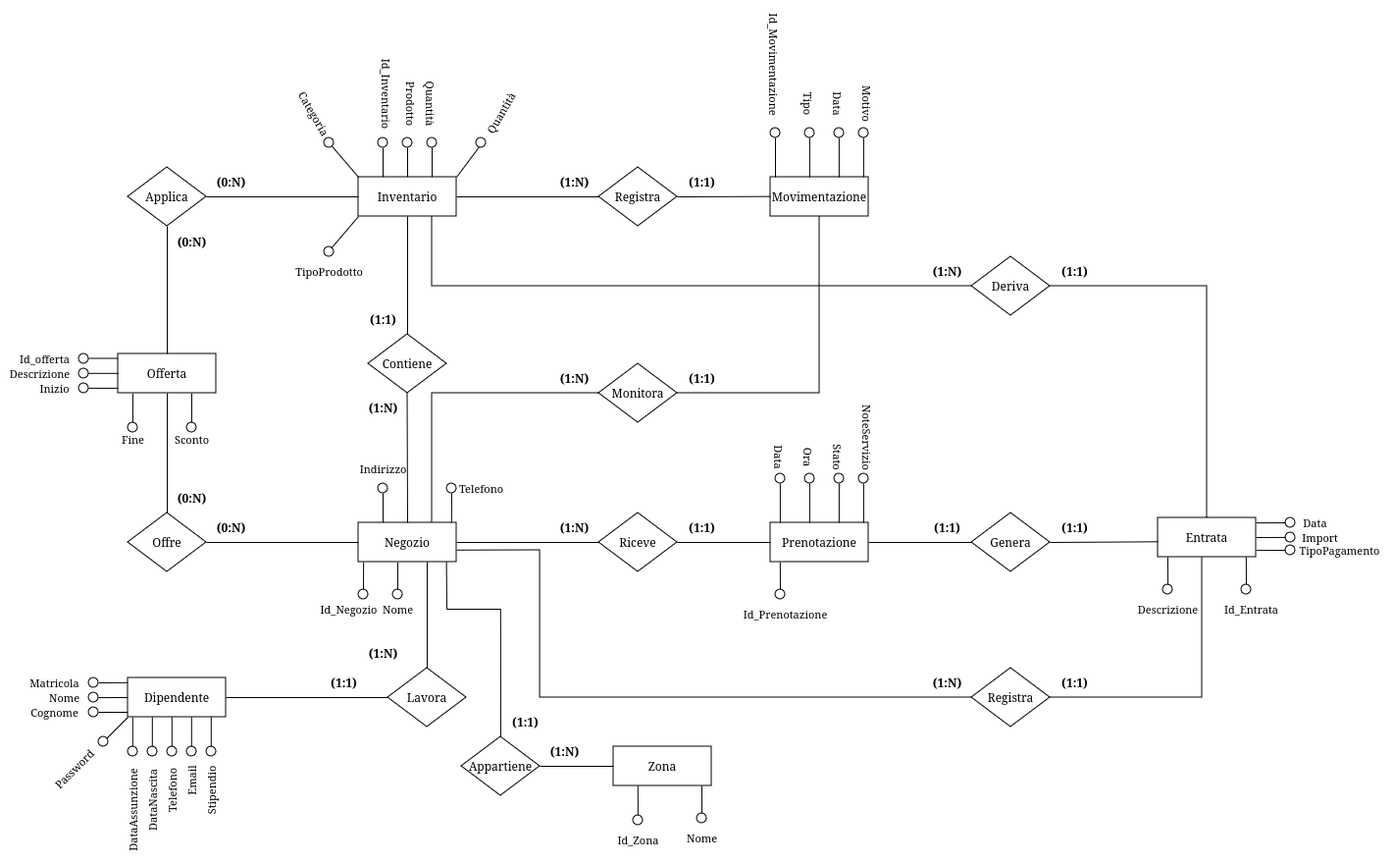
The draw.io diagram fase_due/images/rifinitura_negozio.png in IonutZbir/ProgettoDatabase, before a commit. Source tidied: cells renumbered, new cells last; positions are measured from the earlier drawing's top-left corner, leaving out a move shared by most shapes.
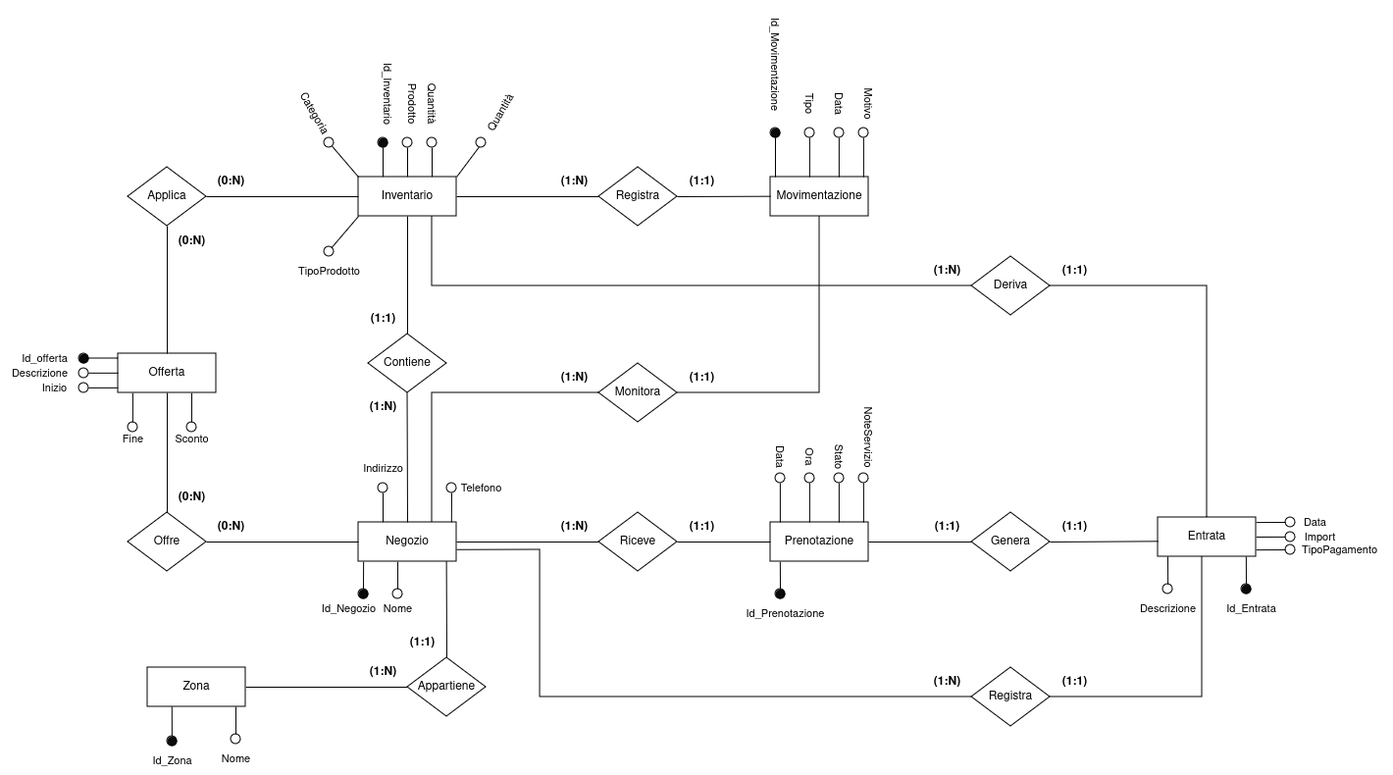
Above is the later version.

Diff of the diagram source:
```diff
@@ -45,31 +45,2 @@
     </mxCell>
-    <mxCell id="11" style="edgeStyle=none;shape=connector;rounded=0;orthogonalLoop=1;jettySize=auto;html=1;exitX=0;exitY=0.25;exitDx=0;exitDy=0;strokeColor=default;align=center;verticalAlign=middle;fontFamily=Helvetica;fontSize=11;fontColor=default;labelBackgroundColor=default;endArrow=none;" parent="1" edge="1">
-      <mxGeometry relative="1" as="geometry">
-        <mxPoint x="130" y="644.8" as="sourcePoint" />
-        <mxPoint x="100" y="645" as="targetPoint" />
-      </mxGeometry>
-    </mxCell>
-    <mxCell id="12" style="edgeStyle=none;shape=connector;rounded=0;jettySize=auto;html=1;exitX=0;exitY=0.5;exitDx=0;exitDy=0;strokeColor=default;align=center;verticalAlign=middle;fontFamily=Helvetica;fontSize=11;fontColor=default;labelBackgroundColor=default;endArrow=none;" parent="1" edge="1" source="16">
-      <mxGeometry relative="1" as="geometry">
-        <mxPoint x="100" y="660.1" as="targetPoint" />
-      </mxGeometry>
-    </mxCell>
-    <mxCell id="13" style="edgeStyle=none;shape=connector;rounded=0;orthogonalLoop=1;jettySize=auto;html=1;exitX=0;exitY=0.75;exitDx=0;exitDy=0;strokeColor=default;align=center;verticalAlign=middle;fontFamily=Helvetica;fontSize=11;fontColor=default;labelBackgroundColor=default;endArrow=none;" parent="1" edge="1">
-      <mxGeometry relative="1" as="geometry">
-        <mxPoint x="130" y="675" as="sourcePoint" />
-        <mxPoint x="100" y="675" as="targetPoint" />
-      </mxGeometry>
-    </mxCell>
-    <mxCell id="14" style="edgeStyle=none;shape=connector;rounded=0;orthogonalLoop=1;jettySize=auto;html=1;exitX=0.25;exitY=1;exitDx=0;exitDy=0;strokeColor=default;align=center;verticalAlign=middle;fontFamily=Helvetica;fontSize=11;fontColor=default;labelBackgroundColor=default;endArrow=none;" parent="1" edge="1">
-      <mxGeometry relative="1" as="geometry">
-        <mxPoint x="134.8" y="680" as="sourcePoint" />
-        <mxPoint x="134.8" y="710" as="targetPoint" />
-      </mxGeometry>
-    </mxCell>
-    <mxCell id="15" style="edgeStyle=none;shape=connector;rounded=0;jettySize=auto;html=1;exitX=0;exitY=1;exitDx=0;exitDy=0;strokeColor=default;align=center;verticalAlign=middle;fontFamily=Helvetica;fontSize=11;fontColor=default;labelBackgroundColor=default;endArrow=none;entryX=0;entryY=0;entryDx=0;entryDy=0;" parent="1" edge="1" source="16" target="90">
-      <mxGeometry relative="1" as="geometry" />
-    </mxCell>
-    <mxCell id="16" value="Dipendente" style="whiteSpace=wrap;html=1;align=center;" parent="1" vertex="1">
-      <mxGeometry x="130" y="640" width="100" height="40" as="geometry" />
-    </mxCell>
     <mxCell id="17" style="edgeStyle=none;shape=connector;rounded=0;orthogonalLoop=1;jettySize=auto;html=1;exitX=0;exitY=0.25;exitDx=0;exitDy=0;strokeColor=default;align=center;verticalAlign=middle;fontFamily=Helvetica;fontSize=11;fontColor=default;labelBackgroundColor=default;endArrow=none;" parent="1" edge="1">
@@ -127,5 +98,2 @@
     </mxCell>
-    <mxCell id="28" value="Lavora" style="shape=rhombus;perimeter=rhombusPerimeter;whiteSpace=wrap;html=1;align=center;" parent="1" vertex="1">
-      <mxGeometry x="395" y="630" width="80" height="60" as="geometry" />
-    </mxCell>
     <mxCell id="29" style="endArrow=none;html=1;rounded=0;entryX=0.5;entryY=1;entryDx=0;entryDy=0;exitX=0.5;exitY=0;exitDx=0;exitDy=0;" parent="1" edge="1" source="47" target="26">
@@ -133,17 +101,2 @@
     </mxCell>
-    <mxCell id="30" style="endArrow=none;html=1;rounded=0;exitX=0.5;exitY=0;exitDx=0;exitDy=0;entryX=0.5;entryY=1;entryDx=0;entryDy=0;" parent="1" edge="1">
-      <mxGeometry relative="1" as="geometry">
-        <mxPoint x="435" y="630" as="sourcePoint" />
-        <mxPoint x="435" y="522" as="targetPoint" />
-      </mxGeometry>
-    </mxCell>
-    <mxCell id="31" style="endArrow=none;html=1;rounded=0;entryX=0;entryY=0.5;entryDx=0;entryDy=0;exitX=1;exitY=0.5;exitDx=0;exitDy=0;" parent="1" edge="1" source="16" target="28">
-      <mxGeometry relative="1" as="geometry" />
-    </mxCell>
-    <mxCell id="32" value="(1:1)" style="text;html=1;align=center;verticalAlign=middle;strokeColor=none;fillColor=none;fontStyle=1;" parent="1" vertex="1">
-      <mxGeometry x="325" y="630" width="50" height="30" as="geometry" />
-    </mxCell>
-    <mxCell id="33" value="(1:N)" style="text;html=1;align=center;verticalAlign=middle;strokeColor=none;fillColor=none;fontStyle=1;" parent="1" vertex="1">
-      <mxGeometry x="365" y="600" width="50" height="30" as="geometry" />
-    </mxCell>
     <mxCell id="34" value="(1:1)" style="text;html=1;align=center;verticalAlign=middle;strokeColor=none;fillColor=none;fontStyle=1;" parent="1" vertex="1">
@@ -250,3 +203,3 @@
     </mxCell>
-    <mxCell id="63" style="ellipse;whiteSpace=wrap;html=1;fontFamily=Helvetica;fontSize=11;fontColor=default;labelBackgroundColor=default;" parent="1" vertex="1">
+    <mxCell id="63" style="ellipse;whiteSpace=wrap;html=1;fontFamily=Helvetica;fontSize=11;fontColor=default;labelBackgroundColor=default;fillColor=#0A0A0A;" parent="1" vertex="1">
       <mxGeometry x="365" y="550" width="10" height="10" as="geometry" />
@@ -271,81 +224,3 @@
     </mxCell>
-    <mxCell id="70" style="ellipse;whiteSpace=wrap;html=1;fontFamily=Helvetica;fontSize=11;fontColor=default;labelBackgroundColor=default;fillColor=none;" parent="1" vertex="1">
-      <mxGeometry x="90" y="655" width="10" height="10" as="geometry" />
-    </mxCell>
-    <mxCell id="71" style="ellipse;whiteSpace=wrap;html=1;fontFamily=Helvetica;fontSize=11;fontColor=default;labelBackgroundColor=default;fillColor=none;" parent="1" vertex="1">
-      <mxGeometry x="90" y="670" width="10" height="10" as="geometry" />
-    </mxCell>
-    <mxCell id="72" style="ellipse;whiteSpace=wrap;html=1;fontFamily=Helvetica;fontSize=11;fontColor=default;labelBackgroundColor=default;" parent="1" vertex="1">
-      <mxGeometry x="90" y="640" width="10" height="10" as="geometry" />
-    </mxCell>
-    <mxCell id="73" value="Matricola" style="text;html=1;align=center;verticalAlign=middle;strokeColor=none;fillColor=none;fontFamily=Helvetica;fontSize=11;fontColor=default;labelBackgroundColor=default;" parent="1" vertex="1">
-      <mxGeometry x="20" y="630" width="70" height="30" as="geometry" />
-    </mxCell>
-    <mxCell id="74" value="Nome" style="text;html=1;align=center;verticalAlign=middle;strokeColor=none;fillColor=none;fontFamily=Helvetica;fontSize=11;fontColor=default;labelBackgroundColor=default;" parent="1" vertex="1">
-      <mxGeometry x="40" y="645" width="50" height="30" as="geometry" />
-    </mxCell>
-    <mxCell id="75" value="Cognome" style="text;html=1;align=center;verticalAlign=middle;strokeColor=none;fillColor=none;fontFamily=Helvetica;fontSize=11;fontColor=default;labelBackgroundColor=default;" parent="1" vertex="1">
-      <mxGeometry x="20" y="660" width="70" height="30" as="geometry" />
-    </mxCell>
-    <mxCell id="76" style="edgeStyle=none;shape=connector;rounded=0;orthogonalLoop=1;jettySize=auto;html=1;exitX=0.25;exitY=1;exitDx=0;exitDy=0;strokeColor=default;align=center;verticalAlign=middle;fontFamily=Helvetica;fontSize=11;fontColor=default;labelBackgroundColor=default;endArrow=none;" parent="1" edge="1">
-      <mxGeometry relative="1" as="geometry">
-        <mxPoint x="154.8" y="680" as="sourcePoint" />
-        <mxPoint x="154.8" y="710" as="targetPoint" />
-      </mxGeometry>
-    </mxCell>
-    <mxCell id="77" style="edgeStyle=none;shape=connector;rounded=0;orthogonalLoop=1;jettySize=auto;html=1;exitX=0.25;exitY=1;exitDx=0;exitDy=0;strokeColor=default;align=center;verticalAlign=middle;fontFamily=Helvetica;fontSize=11;fontColor=default;labelBackgroundColor=default;endArrow=none;" parent="1" edge="1">
-      <mxGeometry relative="1" as="geometry">
-        <mxPoint x="174.8" y="680" as="sourcePoint" />
-        <mxPoint x="174.8" y="710" as="targetPoint" />
-      </mxGeometry>
-    </mxCell>
-    <mxCell id="78" style="edgeStyle=none;shape=connector;rounded=0;orthogonalLoop=1;jettySize=auto;html=1;exitX=0.25;exitY=1;exitDx=0;exitDy=0;strokeColor=default;align=center;verticalAlign=middle;fontFamily=Helvetica;fontSize=11;fontColor=default;labelBackgroundColor=default;endArrow=none;" parent="1" edge="1">
-      <mxGeometry relative="1" as="geometry">
-        <mxPoint x="194.8" y="680" as="sourcePoint" />
-        <mxPoint x="194.8" y="710" as="targetPoint" />
-      </mxGeometry>
-    </mxCell>
-    <mxCell id="79" style="edgeStyle=none;shape=connector;rounded=0;orthogonalLoop=1;jettySize=auto;html=1;exitX=0.25;exitY=1;exitDx=0;exitDy=0;strokeColor=default;align=center;verticalAlign=middle;fontFamily=Helvetica;fontSize=11;fontColor=default;labelBackgroundColor=default;endArrow=none;" parent="1" edge="1">
-      <mxGeometry relative="1" as="geometry">
-        <mxPoint x="214.8" y="680" as="sourcePoint" />
-        <mxPoint x="214.8" y="710" as="targetPoint" />
-      </mxGeometry>
-    </mxCell>
-    <mxCell id="80" style="ellipse;whiteSpace=wrap;html=1;fontFamily=Helvetica;fontSize=11;fontColor=default;labelBackgroundColor=default;fillColor=none;" parent="1" vertex="1">
-      <mxGeometry x="130" y="710" width="10" height="10" as="geometry" />
-    </mxCell>
-    <mxCell id="81" style="ellipse;whiteSpace=wrap;html=1;fontFamily=Helvetica;fontSize=11;fontColor=default;labelBackgroundColor=default;fillColor=none;" parent="1" vertex="1">
-      <mxGeometry x="150" y="710" width="10" height="10" as="geometry" />
-    </mxCell>
-    <mxCell id="82" style="ellipse;whiteSpace=wrap;html=1;fontFamily=Helvetica;fontSize=11;fontColor=default;labelBackgroundColor=default;fillColor=none;" parent="1" vertex="1">
-      <mxGeometry x="170" y="710" width="10" height="10" as="geometry" />
-    </mxCell>
-    <mxCell id="83" style="ellipse;whiteSpace=wrap;html=1;fontFamily=Helvetica;fontSize=11;fontColor=default;labelBackgroundColor=default;fillColor=none;" parent="1" vertex="1">
-      <mxGeometry x="190" y="710" width="10" height="10" as="geometry" />
-    </mxCell>
-    <mxCell id="84" style="ellipse;whiteSpace=wrap;html=1;fontFamily=Helvetica;fontSize=11;fontColor=default;labelBackgroundColor=default;fillColor=none;" parent="1" vertex="1">
-      <mxGeometry x="210" y="710" width="10" height="10" as="geometry" />
-    </mxCell>
-    <mxCell id="85" value="DataAssunzione" style="text;html=1;align=center;verticalAlign=middle;strokeColor=none;fillColor=none;fontFamily=Helvetica;fontSize=11;fontColor=default;labelBackgroundColor=default;rotation=-90;" parent="1" vertex="1">
-      <mxGeometry x="80" y="760" width="110" height="30" as="geometry" />
-    </mxCell>
-    <mxCell id="86" value="DataNascita" style="text;html=1;align=center;verticalAlign=middle;strokeColor=none;fillColor=none;fontFamily=Helvetica;fontSize=11;fontColor=default;labelBackgroundColor=default;rotation=-90;" parent="1" vertex="1">
-      <mxGeometry x="110" y="750" width="90" height="30" as="geometry" />
-    </mxCell>
-    <mxCell id="87" value="Telefono" style="text;html=1;align=center;verticalAlign=middle;strokeColor=none;fillColor=none;fontFamily=Helvetica;fontSize=11;fontColor=default;labelBackgroundColor=default;rotation=-90;" parent="1" vertex="1">
-      <mxGeometry x="140" y="740" width="70" height="30" as="geometry" />
-    </mxCell>
-    <mxCell id="88" value="Email" style="text;html=1;align=center;verticalAlign=middle;strokeColor=none;fillColor=none;fontFamily=Helvetica;fontSize=11;fontColor=default;labelBackgroundColor=default;rotation=-90;" parent="1" vertex="1">
-      <mxGeometry x="170" y="730" width="50" height="30" as="geometry" />
-    </mxCell>
-    <mxCell id="89" value="Stipendio" style="text;html=1;align=center;verticalAlign=middle;strokeColor=none;fillColor=none;fontFamily=Helvetica;fontSize=11;fontColor=default;labelBackgroundColor=default;rotation=-90;" parent="1" vertex="1">
-      <mxGeometry x="180" y="740" width="70" height="30" as="geometry" />
-    </mxCell>
-    <mxCell id="90" style="ellipse;whiteSpace=wrap;html=1;fontFamily=Helvetica;fontSize=11;fontColor=default;labelBackgroundColor=default;fillColor=none;direction=south;" parent="1" vertex="1">
-      <mxGeometry x="100" y="700" width="10" height="10" as="geometry" />
-    </mxCell>
-    <mxCell id="91" value="Password" style="text;html=1;align=center;verticalAlign=middle;strokeColor=none;fillColor=none;fontFamily=Helvetica;fontSize=11;fontColor=default;labelBackgroundColor=default;rotation=-45;" parent="1" vertex="1">
-      <mxGeometry x="40" y="718" width="70" height="30" as="geometry" />
-    </mxCell>
-    <mxCell id="92" style="ellipse;whiteSpace=wrap;html=1;fontFamily=Helvetica;fontSize=11;fontColor=default;labelBackgroundColor=default;" parent="1" vertex="1">
+    <mxCell id="92" style="ellipse;whiteSpace=wrap;html=1;fontFamily=Helvetica;fontSize=11;fontColor=default;labelBackgroundColor=default;fillColor=#0A0A0A;" parent="1" vertex="1">
       <mxGeometry x="80" y="310" width="10" height="10" as="geometry" />
@@ -391,3 +266,3 @@
     </mxCell>
-    <mxCell id="105" style="ellipse;whiteSpace=wrap;html=1;fontFamily=Helvetica;fontSize=11;fontColor=default;labelBackgroundColor=default;" parent="1" vertex="1">
+    <mxCell id="105" style="ellipse;whiteSpace=wrap;html=1;fontFamily=Helvetica;fontSize=11;fontColor=default;labelBackgroundColor=default;fillColor=#0A0A0A;" parent="1" vertex="1">
       <mxGeometry x="385" y="90" width="10" height="10" as="geometry" />
@@ -432,3 +307,3 @@
     </mxCell>
-    <mxCell id="118" style="ellipse;whiteSpace=wrap;html=1;fontFamily=Helvetica;fontSize=11;fontColor=default;labelBackgroundColor=default;" parent="1" vertex="1">
+    <mxCell id="118" style="ellipse;whiteSpace=wrap;html=1;fontFamily=Helvetica;fontSize=11;fontColor=default;labelBackgroundColor=default;fillColor=#0A0A0A;" parent="1" vertex="1">
       <mxGeometry x="785" y="80" width="10" height="10" as="geometry" />
@@ -477,3 +352,3 @@
     </mxCell>
-    <mxCell id="129" style="ellipse;whiteSpace=wrap;html=1;fontFamily=Helvetica;fontSize=11;fontColor=default;labelBackgroundColor=default;" parent="1" vertex="1">
+    <mxCell id="129" style="ellipse;whiteSpace=wrap;html=1;fontFamily=Helvetica;fontSize=11;fontColor=default;labelBackgroundColor=default;fillColor=#0A0A0A;" parent="1" vertex="1">
       <mxGeometry x="790" y="550" width="10" height="10" as="geometry" />
@@ -621,3 +496,3 @@
     </mxCell>
-    <mxCell id="162" style="ellipse;whiteSpace=wrap;html=1;fontFamily=Helvetica;fontSize=11;fontColor=default;labelBackgroundColor=default;" parent="1" vertex="1">
+    <mxCell id="162" style="ellipse;whiteSpace=wrap;html=1;fontFamily=Helvetica;fontSize=11;fontColor=default;labelBackgroundColor=default;fillColor=#0A0A0A;" parent="1" vertex="1">
       <mxGeometry x="1265" y="545" width="10" height="10" as="geometry" />
@@ -657,5 +532,4 @@
     </mxCell>
-    <mxCell id="173" style="endArrow=none;html=1;rounded=0;entryX=0.5;entryY=1;entryDx=0;entryDy=0;" parent="1" edge="1">
+    <mxCell id="173" style="endArrow=none;html=1;rounded=0;entryX=0.5;entryY=1;entryDx=0;entryDy=0;exitX=0.5;exitY=0;exitDx=0;exitDy=0;" parent="1" edge="1" source="178">
       <mxGeometry relative="1" as="geometry">
-        <mxPoint x="455" y="570" as="sourcePoint" />
         <mxPoint x="454.6" y="522" as="targetPoint" />
@@ -663,26 +537,13 @@
     </mxCell>
-    <mxCell id="174" style="endArrow=none;html=1;rounded=0;entryX=0.5;entryY=1;entryDx=0;entryDy=0;" parent="1" edge="1">
-      <mxGeometry relative="1" as="geometry">
-        <mxPoint x="510" y="570" as="sourcePoint" />
-        <mxPoint x="455" y="570" as="targetPoint" />
-      </mxGeometry>
-    </mxCell>
-    <mxCell id="175" style="endArrow=none;html=1;rounded=0;entryX=0.5;entryY=1;entryDx=0;entryDy=0;" parent="1" edge="1" source="178">
-      <mxGeometry relative="1" as="geometry">
-        <mxPoint x="509.8" y="570" as="targetPoint" />
-      </mxGeometry>
-    </mxCell>
-    <mxCell id="176" style="endArrow=none;html=1;rounded=0;entryX=0.5;entryY=1;entryDx=0;entryDy=0;" parent="1" edge="1" target="178">
-      <mxGeometry relative="1" as="geometry">
-        <mxPoint x="510" y="750" as="sourcePoint" />
-      </mxGeometry>
-    </mxCell>
-    <mxCell id="177" style="edgeStyle=none;shape=connector;rounded=0;jettySize=auto;html=1;exitX=1;exitY=0.5;exitDx=0;exitDy=0;entryX=0;entryY=0.5;entryDx=0;entryDy=0;strokeColor=default;align=center;verticalAlign=middle;fontFamily=Helvetica;fontSize=11;fontColor=default;labelBackgroundColor=default;endArrow=none;" parent="1" edge="1" source="178" target="179">
-      <mxGeometry relative="1" as="geometry" />
+    <mxCell id="177" style="edgeStyle=none;shape=connector;rounded=0;orthogonalLoop=1;jettySize=auto;html=1;entryX=0;entryY=0.5;entryDx=0;entryDy=0;strokeColor=default;align=center;verticalAlign=middle;fontFamily=Helvetica;fontSize=11;fontColor=default;labelBackgroundColor=default;endArrow=none;" parent="1" edge="1">
+      <mxGeometry relative="1" as="geometry">
+        <mxPoint x="250" y="650" as="sourcePoint" />
+        <mxPoint x="415" y="650" as="targetPoint" />
+      </mxGeometry>
     </mxCell>
     <mxCell id="178" value="Appartiene" style="shape=rhombus;perimeter=rhombusPerimeter;whiteSpace=wrap;html=1;align=center;" parent="1" vertex="1">
-      <mxGeometry x="470" y="700" width="80" height="60" as="geometry" />
+      <mxGeometry x="415" y="620" width="80" height="60" as="geometry" />
     </mxCell>
     <mxCell id="179" value="Zona" style="whiteSpace=wrap;html=1;align=center;" parent="1" vertex="1">
-      <mxGeometry x="625" y="710" width="100" height="40" as="geometry" />
+      <mxGeometry x="150" y="630" width="100" height="40" as="geometry" />
     </mxCell>
@@ -690,14 +551,14 @@
       <mxGeometry relative="1" as="geometry">
-        <mxPoint x="649.8" y="750" as="sourcePoint" />
-        <mxPoint x="649.9" y="780" as="targetPoint" />
+        <mxPoint x="174.8" y="670" as="sourcePoint" />
+        <mxPoint x="174.9" y="700" as="targetPoint" />
       </mxGeometry>
     </mxCell>
-    <mxCell id="181" style="ellipse;whiteSpace=wrap;html=1;fontFamily=Helvetica;fontSize=11;fontColor=default;labelBackgroundColor=default;" parent="1" vertex="1">
-      <mxGeometry x="645" y="780" width="10" height="10" as="geometry" />
+    <mxCell id="181" style="ellipse;whiteSpace=wrap;html=1;fontFamily=Helvetica;fontSize=11;fontColor=default;labelBackgroundColor=default;fillColor=#0A0A0A;" parent="1" vertex="1">
+      <mxGeometry x="170" y="700" width="10" height="10" as="geometry" />
     </mxCell>
     <mxCell id="182" value="Id_Zona" style="text;html=1;align=center;verticalAlign=middle;strokeColor=none;fillColor=none;fontFamily=Helvetica;fontSize=11;fontColor=default;labelBackgroundColor=default;" parent="1" vertex="1">
-      <mxGeometry x="615" y="790" width="70" height="30" as="geometry" />
+      <mxGeometry x="140" y="710" width="70" height="30" as="geometry" />
     </mxCell>
     <mxCell id="183" style="ellipse;whiteSpace=wrap;html=1;fontFamily=Helvetica;fontSize=11;fontColor=default;labelBackgroundColor=default;fillColor=none;" parent="1" vertex="1">
-      <mxGeometry x="710" y="778" width="10" height="10" as="geometry" />
+      <mxGeometry x="235" y="698" width="10" height="10" as="geometry" />
     </mxCell>
@@ -705,4 +566,4 @@
       <mxGeometry relative="1" as="geometry">
-        <mxPoint x="715" y="750" as="sourcePoint" />
-        <mxPoint x="715" y="778" as="targetPoint" />
+        <mxPoint x="240" y="670" as="sourcePoint" />
+        <mxPoint x="240" y="698" as="targetPoint" />
       </mxGeometry>
@@ -710,9 +571,9 @@
     <mxCell id="185" value="Nome" style="text;html=1;align=center;verticalAlign=middle;strokeColor=none;fillColor=none;fontFamily=Helvetica;fontSize=11;fontColor=default;labelBackgroundColor=default;" parent="1" vertex="1">
-      <mxGeometry x="690" y="788" width="50" height="30" as="geometry" />
+      <mxGeometry x="215" y="708" width="50" height="30" as="geometry" />
     </mxCell>
     <mxCell id="186" value="(1:N)" style="text;html=1;align=center;verticalAlign=middle;strokeColor=none;fillColor=none;fontStyle=1;" parent="1" vertex="1">
-      <mxGeometry x="550" y="700" width="50" height="30" as="geometry" />
+      <mxGeometry x="365" y="620" width="50" height="30" as="geometry" />
     </mxCell>
     <mxCell id="187" value="(1:1)" style="text;html=1;align=center;verticalAlign=middle;strokeColor=none;fillColor=none;fontStyle=1;" parent="1" vertex="1">
-      <mxGeometry x="510" y="670" width="50" height="30" as="geometry" />
+      <mxGeometry x="405" y="590" width="50" height="30" as="geometry" />
     </mxCell>
```
